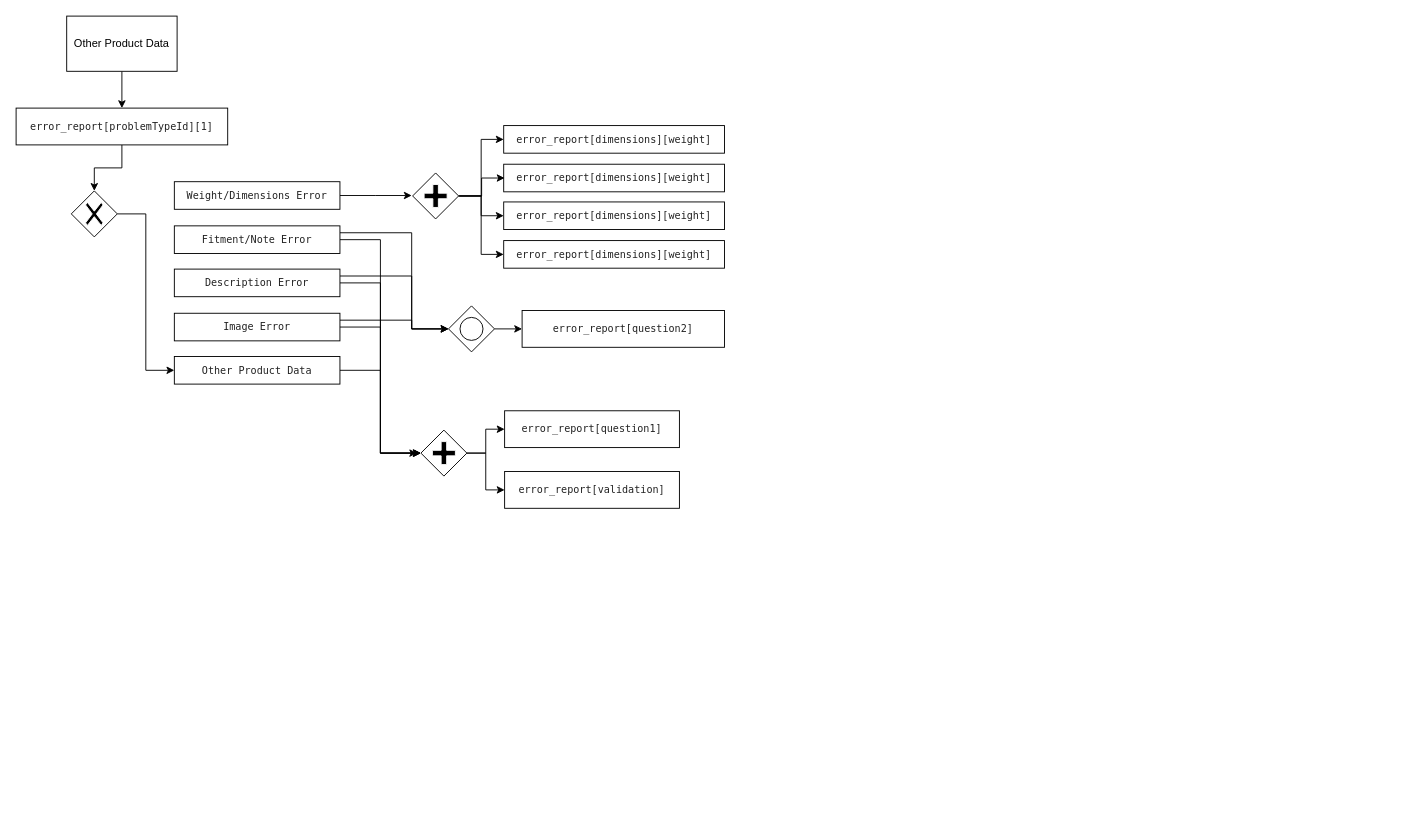
Before: page "Other Product Data" (4 of 11) of report-error.drawio in yvelio/test, a draw.io diagram. Source tidied: cells renumbered, new cells numbered last; positions are measured from the earlier drawing's top-left corner, leaving out a move shared by most shapes. Both pictures are drawn from the tidied source at 92%, with x=0, y=0 at pixel (16, 16).
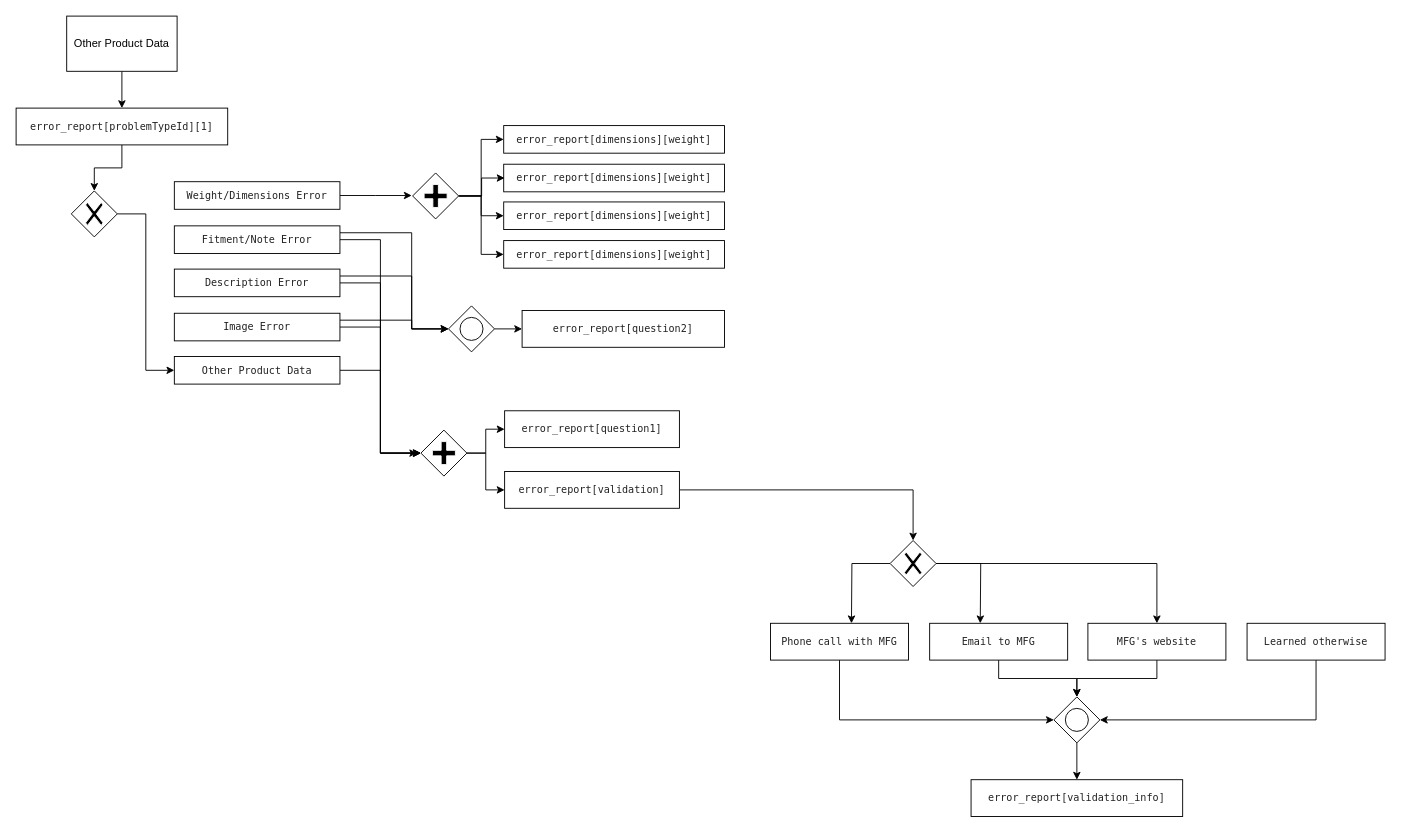
Above is the later version.

The change refers to these unchanged cells:
```xml
<mxCell id="3" value="&lt;span style=&quot;color: rgb(34 , 34 , 34) ; font-family: &amp;#34;menlo&amp;#34; , monospace ; font-size: 11px ; text-align: left ; background-color: rgb(255 , 255 , 255)&quot;&gt;error_report[validation]&lt;/span&gt;" style="whiteSpace=wrap;html=1;" parent="1" vertex="1">
  <mxGeometry x="531" y="495" width="190" height="40" as="geometry" />
</mxCell>
```

Change to the diagram source:
```diff
@@
+    <mxCell id="38" style="edgeStyle=orthogonalEdgeStyle;rounded=0;jettySize=auto;html=1;" parent="1" edge="1" source="3" target="53">
+      <mxGeometry relative="1" as="geometry" />
+    </mxCell>
@@
+    <mxCell id="39" style="edgeStyle=orthogonalEdgeStyle;rounded=0;jettySize=auto;html=1;" parent="1" edge="1" source="53">
+      <mxGeometry relative="1" as="geometry">
+        <mxPoint x="1048" y="660" as="targetPoint" />
+      </mxGeometry>
+    </mxCell>
+    <mxCell id="40" style="edgeStyle=orthogonalEdgeStyle;rounded=0;jettySize=auto;html=1;" parent="1" edge="1" source="53">
+      <mxGeometry relative="1" as="geometry">
+        <mxPoint x="908" y="660" as="targetPoint" />
+      </mxGeometry>
+    </mxCell>
+    <mxCell id="41" style="edgeStyle=orthogonalEdgeStyle;rounded=0;jettySize=auto;html=1;entryX=0.5;entryY=0;entryDx=0;entryDy=0;" parent="1" edge="1" source="53" target="49">
+      <mxGeometry relative="1" as="geometry" />
+    </mxCell>
+    <mxCell id="42" style="edgeStyle=orthogonalEdgeStyle;rounded=0;jettySize=auto;html=1;" parent="1" edge="1" source="43" target="52">
+      <mxGeometry relative="1" as="geometry" />
+    </mxCell>
+    <mxCell id="43" style="shape=mxgraph.bpmn.shape;html=1;verticalLabelPosition=bottom;labelBackgroundColor=#ffffff;verticalAlign=top;align=center;perimeter=rhombusPerimeter;background=gateway;outlineConnect=0;outline=standard;symbol=general;" parent="1" vertex="1">
+      <mxGeometry x="1128" y="740" width="50" height="50" as="geometry" />
+    </mxCell>
+    <mxCell id="44" style="edgeStyle=orthogonalEdgeStyle;rounded=0;jettySize=auto;html=1;entryX=0;entryY=0.5;entryDx=0;entryDy=0;" parent="1" edge="1" source="47" target="43">
+      <mxGeometry relative="1" as="geometry">
+        <Array as="points">
+          <mxPoint x="895" y="765" />
+        </Array>
+      </mxGeometry>
+    </mxCell>
+    <mxCell id="45" style="edgeStyle=orthogonalEdgeStyle;rounded=0;jettySize=auto;html=1;" parent="1" edge="1" source="48" target="43">
+      <mxGeometry relative="1" as="geometry" />
+    </mxCell>
+    <mxCell id="46" style="edgeStyle=orthogonalEdgeStyle;rounded=0;jettySize=auto;html=1;" parent="1" edge="1" source="49" target="43">
+      <mxGeometry relative="1" as="geometry" />
+    </mxCell>
+    <mxCell id="47" value="&lt;span style=&quot;color: rgb(34 , 34 , 34) ; font-family: &amp;#34;menlo&amp;#34; , monospace ; font-size: 11px ; font-style: normal ; font-weight: 400 ; letter-spacing: normal ; text-align: left ; text-indent: 0px ; text-transform: none ; word-spacing: 0px ; background-color: rgb(255 , 255 , 255) ; display: inline ; float: none&quot;&gt;Phone call with MFG&lt;br&gt;    &lt;/span&gt;" style="whiteSpace=wrap;html=1;" parent="1" vertex="1">
+      <mxGeometry x="820" y="660" width="150" height="40" as="geometry" />
+    </mxCell>
+    <mxCell id="48" value="&lt;span style=&quot;color: rgb(34 , 34 , 34) ; font-family: &amp;#34;menlo&amp;#34; , monospace ; font-size: 11px ; font-style: normal ; font-weight: 400 ; letter-spacing: normal ; text-align: left ; text-indent: 0px ; text-transform: none ; word-spacing: 0px ; background-color: rgb(255 , 255 , 255) ; display: inline ; float: none&quot;&gt;&lt;br class=&quot;Apple-interchange-newline&quot;&gt;&lt;span style=&quot;font-family: &amp;#34;menlo&amp;#34; , monospace&quot;&gt;Email to MFG&lt;br&gt;    &lt;/span&gt;&lt;br&gt;    &lt;/span&gt;" style="whiteSpace=wrap;html=1;" parent="1" vertex="1">
+      <mxGeometry x="993" y="660" width="150" height="40" as="geometry" />
+    </mxCell>
+    <mxCell id="49" value="&lt;span style=&quot;color: rgb(34 , 34 , 34) ; font-family: &amp;#34;menlo&amp;#34; , monospace ; font-size: 11px ; font-style: normal ; font-weight: 400 ; letter-spacing: normal ; text-align: left ; text-indent: 0px ; text-transform: none ; word-spacing: 0px ; background-color: rgb(255 , 255 , 255) ; display: inline ; float: none&quot;&gt;&lt;br class=&quot;Apple-interchange-newline&quot;&gt;&lt;span style=&quot;font-family: &amp;#34;menlo&amp;#34; , monospace&quot;&gt;MFG's website&lt;br&gt;    &lt;/span&gt;&lt;br&gt;    &lt;/span&gt;" style="whiteSpace=wrap;html=1;" parent="1" vertex="1">
+      <mxGeometry x="1165" y="660" width="150" height="40" as="geometry" />
+    </mxCell>
+    <mxCell id="50" style="edgeStyle=orthogonalEdgeStyle;rounded=0;jettySize=auto;html=1;entryX=1;entryY=0.5;entryDx=0;entryDy=0;" parent="1" edge="1" source="51" target="43">
+      <mxGeometry relative="1" as="geometry">
+        <Array as="points">
+          <mxPoint x="1413" y="765" />
+        </Array>
+      </mxGeometry>
+    </mxCell>
+    <mxCell id="51" value="&lt;span style=&quot;color: rgb(34 , 34 , 34) ; font-family: &amp;#34;menlo&amp;#34; , monospace ; font-size: 11px ; font-style: normal ; font-weight: 400 ; letter-spacing: normal ; text-align: left ; text-indent: 0px ; text-transform: none ; word-spacing: 0px ; background-color: rgb(255 , 255 , 255) ; display: inline ; float: none&quot;&gt;&lt;span style=&quot;font-family: &amp;#34;menlo&amp;#34; , monospace&quot;&gt;Learned otherwise&lt;/span&gt;&lt;br&gt;    &lt;/span&gt;" style="whiteSpace=wrap;html=1;" parent="1" vertex="1">
+      <mxGeometry x="1338" y="660" width="150" height="40" as="geometry" />
+    </mxCell>
+    <mxCell id="52" value="&lt;span style=&quot;color: rgb(34 , 34 , 34) ; font-family: &amp;#34;menlo&amp;#34; , monospace ; font-size: 11px ; text-align: left ; background-color: rgb(255 , 255 , 255)&quot;&gt;error_report[validation_info]&lt;/span&gt;" style="whiteSpace=wrap;html=1;" parent="1" vertex="1">
+      <mxGeometry x="1038" y="830" width="230" height="40" as="geometry" />
+    </mxCell>
+    <mxCell id="53" style="shape=mxgraph.bpmn.shape;html=1;verticalLabelPosition=bottom;labelBackgroundColor=#ffffff;verticalAlign=top;align=center;perimeter=rhombusPerimeter;background=gateway;outlineConnect=0;outline=none;symbol=exclusiveGw;" parent="1" vertex="1">
+      <mxGeometry x="950" y="570" width="50" height="50" as="geometry" />
+    </mxCell>
```
